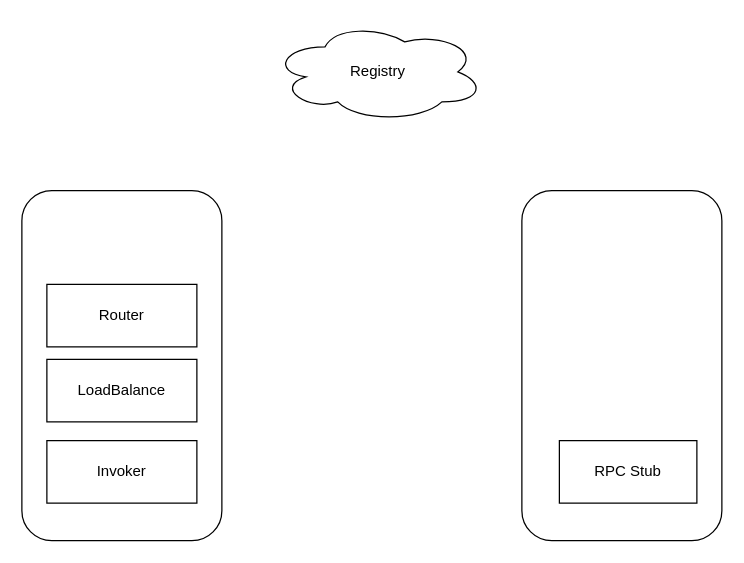
DingDongZz/typera_PicGO keeps this draw.io diagram as DrawIO_file/毕业论文画图/RPC原理图.drawio. Above is the earlier version. Source tidied: cells renumbered, new cells numbered last; positions are measured from the earlier drawing's top-left corner, leaving out a move shared by most shapes. Both pictures are drawn from the tidied source at 125%, with x=0, y=0 at pixel (21, 21).
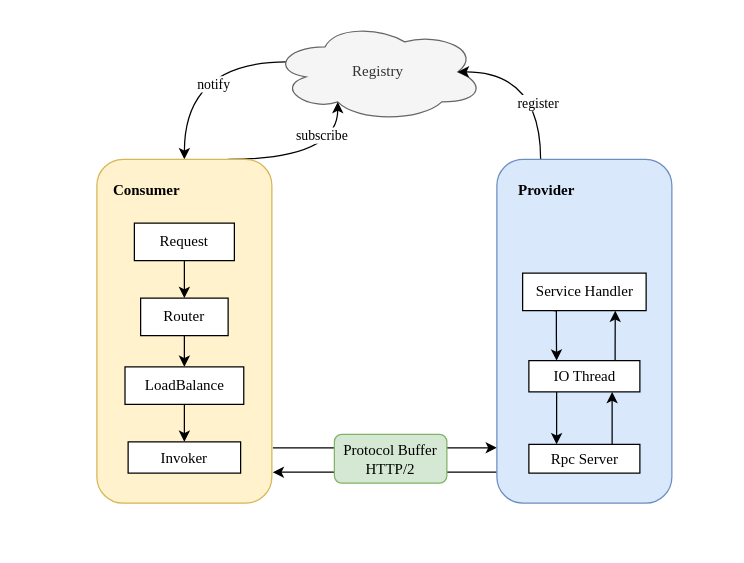
The same page after the edit.

Commit message (it also covers changes not shown here):
更新RPC原理图.drawio

What changed in the source:
```diff
@@
+    <mxCell id="9" style="rounded=0;jettySize=auto;html=1;exitX=0.07;exitY=0.4;exitDx=0;exitDy=0;exitPerimeter=0;entryX=0.5;entryY=0;entryDx=0;entryDy=0;fontFamily=Times New Roman;edgeStyle=orthogonalEdgeStyle;curved=1;" parent="1" edge="1" source="6" target="2">
+      <mxGeometry relative="1" as="geometry">
+        <Array as="points">
+          <mxPoint x="130" y="32" />
+        </Array>
+      </mxGeometry>
+    </mxCell>
+    <mxCell id="10" value="&amp;nbsp;notify" style="edgeLabel;html=1;align=center;verticalAlign=middle;fontFamily=Times New Roman;" parent="9" vertex="1">
+      <mxGeometry x="-0.02" y="2" relative="1" as="geometry">
+        <mxPoint x="18" y="15" as="offset" />
+      </mxGeometry>
+    </mxCell>
+    <mxCell id="6" value="Registry" style="ellipse;shape=cloud;whiteSpace=wrap;html=1;fontFamily=Times New Roman;fillColor=#f5f5f5;strokeColor=#666666;fontColor=#333333;" parent="1" vertex="1">
+      <mxGeometry x="200" width="170" height="80" as="geometry" />
+    </mxCell>
+    <mxCell id="11" style="rounded=0;jettySize=auto;html=1;fontFamily=Times New Roman;entryX=0.31;entryY=0.8;entryDx=0;entryDy=0;entryPerimeter=0;exitX=0.75;exitY=0;exitDx=0;exitDy=0;edgeStyle=orthogonalEdgeStyle;curved=1;" parent="1" edge="1" source="2" target="6">
+      <mxGeometry relative="1" as="geometry">
+        <Array as="points">
+          <mxPoint x="253" y="110" />
+        </Array>
+      </mxGeometry>
+    </mxCell>
+    <mxCell id="12" value="subscribe" style="edgeLabel;html=1;align=center;verticalAlign=middle;fontFamily=Times New Roman;" parent="11" vertex="1">
+      <mxGeometry x="-0.23" y="1" relative="1" as="geometry">
+        <mxPoint x="23" y="-19" as="offset" />
+      </mxGeometry>
+    </mxCell>
+    <mxCell id="13" style="edgeStyle=orthogonalEdgeStyle;rounded=0;jettySize=auto;html=1;exitX=0.25;exitY=0;exitDx=0;exitDy=0;entryX=0.875;entryY=0.5;entryDx=0;entryDy=0;entryPerimeter=0;fontFamily=Times New Roman;curved=1;" parent="1" edge="1" source="3" target="6">
+      <mxGeometry relative="1" as="geometry">
+        <Array as="points">
+          <mxPoint x="415" y="40" />
+        </Array>
+      </mxGeometry>
+    </mxCell>
+    <mxCell id="14" value="register" style="edgeLabel;html=1;align=center;verticalAlign=middle;fontFamily=Times New Roman;" parent="13" vertex="1">
+      <mxGeometry x="-0.03" y="3" relative="1" as="geometry">
+        <mxPoint y="20" as="offset" />
+      </mxGeometry>
+    </mxCell>
+    <mxCell id="15" style="endArrow=classic;html=1;rounded=0;exitX=1.006;exitY=0.839;exitDx=0;exitDy=0;exitPerimeter=0;entryX=0;entryY=0.839;entryDx=0;entryDy=0;entryPerimeter=0;fontFamily=Times New Roman;" parent="1" edge="1" source="2" target="3">
+      <mxGeometry relative="1" as="geometry" />
+    </mxCell>
+    <mxCell id="16" style="endArrow=classic;html=1;rounded=0;exitX=0;exitY=0.91;exitDx=0;exitDy=0;exitPerimeter=0;entryX=1.005;entryY=0.91;entryDx=0;entryDy=0;entryPerimeter=0;fontFamily=Times New Roman;" parent="1" edge="1" source="3" target="2">
+      <mxGeometry relative="1" as="geometry" />
+    </mxCell>
+    <mxCell id="17" style="group;fontStyle=1;fontFamily=Times New Roman;" parent="1" vertex="1">
+      <mxGeometry x="60" y="110" width="140" height="275" as="geometry" />
+    </mxCell>
-    <mxCell id="2" style="rounded=1;whiteSpace=wrap;html=1;" parent="1" vertex="1">
-      <mxGeometry y="135" width="160" height="280" as="geometry" />
+    <mxCell id="2" style="rounded=1;whiteSpace=wrap;html=1;fontFamily=Times New Roman;fillColor=#fff2cc;strokeColor=#d6b656;" parent="17" vertex="1">
+      <mxGeometry width="140" height="275" as="geometry" />
     </mxCell>
-    <mxCell id="3" style="rounded=1;whiteSpace=wrap;html=1;" parent="1" vertex="1">
-      <mxGeometry x="400" y="135" width="160" height="280" as="geometry" />
-    </mxCell>
+    <mxCell id="18" style="edgeStyle=orthogonalEdgeStyle;rounded=0;jettySize=auto;html=1;entryX=0.5;entryY=0;entryDx=0;entryDy=0;fontFamily=Times New Roman;" parent="17" edge="1" source="4" target="7">
+      <mxGeometry relative="1" as="geometry" />
+    </mxCell>
-    <mxCell id="4" value="Router" style="rounded=0;whiteSpace=wrap;html=1;" parent="1" vertex="1">
-      <mxGeometry x="20" y="210" width="120" height="50" as="geometry" />
+    <mxCell id="4" value="Router" style="rounded=0;whiteSpace=wrap;html=1;fontFamily=Times New Roman;" parent="17" vertex="1">
+      <mxGeometry x="35" y="111" width="70" height="30" as="geometry" />
     </mxCell>
-    <mxCell id="5" value="RPC Stub" style="rounded=0;whiteSpace=wrap;html=1;" parent="1" vertex="1">
-      <mxGeometry x="430" y="335" width="110" height="50" as="geometry" />
-    </mxCell>
-    <mxCell id="6" value="Registry" style="ellipse;shape=cloud;whiteSpace=wrap;html=1;" parent="1" vertex="1">
-      <mxGeometry x="200" width="170" height="80" as="geometry" />
-    </mxCell>
+    <mxCell id="19" style="edgeStyle=orthogonalEdgeStyle;rounded=0;jettySize=auto;html=1;entryX=0.5;entryY=0;entryDx=0;entryDy=0;fontFamily=Times New Roman;" parent="17" edge="1" source="7" target="8">
+      <mxGeometry relative="1" as="geometry" />
+    </mxCell>
-    <mxCell id="7" value="LoadBalance" style="rounded=0;whiteSpace=wrap;html=1;" parent="1" vertex="1">
-      <mxGeometry x="20" y="270" width="120" height="50" as="geometry" />
+    <mxCell id="7" value="LoadBalance" style="rounded=0;whiteSpace=wrap;html=1;fontFamily=Times New Roman;" parent="17" vertex="1">
+      <mxGeometry x="22.5" y="166" width="95" height="30" as="geometry" />
     </mxCell>
-    <mxCell id="8" value="Invoker" style="rounded=0;whiteSpace=wrap;html=1;" parent="1" vertex="1">
-      <mxGeometry x="20" y="335" width="120" height="50" as="geometry" />
+    <mxCell id="8" value="Invoker" style="rounded=0;whiteSpace=wrap;html=1;fontFamily=Times New Roman;" parent="17" vertex="1">
+      <mxGeometry x="25" y="226" width="90" height="25" as="geometry" />
     </mxCell>
+    <mxCell id="20" style="edgeStyle=orthogonalEdgeStyle;rounded=0;jettySize=auto;html=1;entryX=0.5;entryY=0;entryDx=0;entryDy=0;fontFamily=Times New Roman;" parent="17" edge="1" source="21" target="4">
+      <mxGeometry relative="1" as="geometry" />
+    </mxCell>
+    <mxCell id="21" value="Request" style="rounded=0;whiteSpace=wrap;html=1;fontFamily=Times New Roman;" parent="17" vertex="1">
+      <mxGeometry x="30" y="51" width="80" height="30" as="geometry" />
+    </mxCell>
+    <mxCell id="22" value="&lt;b&gt;Consumer&lt;/b&gt;" style="text;html=1;align=center;verticalAlign=middle;whiteSpace=wrap;rounded=0;fontFamily=Times New Roman;" parent="17" vertex="1">
+      <mxGeometry x="10" y="10" width="60" height="30" as="geometry" />
+    </mxCell>
+    <mxCell id="23" style="group;fontFamily=Times New Roman;" parent="1" vertex="1">
+      <mxGeometry x="380" y="110" width="140" height="275" as="geometry" />
+    </mxCell>
+    <mxCell id="3" style="rounded=1;whiteSpace=wrap;html=1;fontFamily=Times New Roman;fillColor=#dae8fc;strokeColor=#6c8ebf;" parent="23" vertex="1">
+      <mxGeometry width="140" height="275" as="geometry" />
+    </mxCell>
+    <mxCell id="24" style="edgeStyle=orthogonalEdgeStyle;rounded=0;jettySize=auto;html=1;entryX=0.75;entryY=1;entryDx=0;entryDy=0;fontFamily=Times New Roman;" parent="23" edge="1" source="5" target="29">
+      <mxGeometry relative="1" as="geometry">
+        <Array as="points">
+          <mxPoint x="92.6" y="208" />
+        </Array>
+      </mxGeometry>
+    </mxCell>
+    <mxCell id="25" style="edgeStyle=orthogonalEdgeStyle;rounded=0;jettySize=auto;html=1;exitX=0.25;exitY=1;exitDx=0;exitDy=0;fontFamily=Times New Roman;" parent="23" edge="1" source="29" target="5">
+      <mxGeometry relative="1" as="geometry">
+        <Array as="points">
+          <mxPoint x="47.6" y="207" />
+          <mxPoint x="47.6" y="207" />
+        </Array>
+      </mxGeometry>
+    </mxCell>
+    <mxCell id="5" value="Rpc Server" style="rounded=0;whiteSpace=wrap;html=1;fontFamily=Times New Roman;" parent="23" vertex="1">
+      <mxGeometry x="25.6" y="228" width="88.8" height="23" as="geometry" />
+    </mxCell>
+    <mxCell id="26" value="Service Handler" style="rounded=0;whiteSpace=wrap;html=1;fontFamily=Times New Roman;" parent="23" vertex="1">
+      <mxGeometry x="20.6" y="91" width="98.8" height="30" as="geometry" />
+    </mxCell>
+    <mxCell id="27" style="edgeStyle=orthogonalEdgeStyle;rounded=0;jettySize=auto;html=1;entryX=0.75;entryY=1;entryDx=0;entryDy=0;fontFamily=Times New Roman;" parent="23" edge="1" source="29" target="26">
+      <mxGeometry relative="1" as="geometry">
+        <Array as="points">
+          <mxPoint x="94.6" y="151" />
+          <mxPoint x="94.6" y="151" />
+        </Array>
+      </mxGeometry>
+    </mxCell>
+    <mxCell id="28" style="edgeStyle=orthogonalEdgeStyle;rounded=0;jettySize=auto;html=1;exitX=0.25;exitY=1;exitDx=0;exitDy=0;entryX=0.25;entryY=0;entryDx=0;entryDy=0;fontFamily=Times New Roman;" parent="23" edge="1" source="26" target="29">
+      <mxGeometry relative="1" as="geometry">
+        <Array as="points">
+          <mxPoint x="47.6" y="121" />
+          <mxPoint x="47.6" y="141" />
+        </Array>
+      </mxGeometry>
+    </mxCell>
+    <mxCell id="29" value="IO Thread" style="rounded=0;whiteSpace=wrap;html=1;fontFamily=Times New Roman;" parent="23" vertex="1">
+      <mxGeometry x="25.6" y="161" width="88.8" height="25" as="geometry" />
+    </mxCell>
+    <mxCell id="30" value="Provider" style="text;html=1;align=center;verticalAlign=middle;whiteSpace=wrap;rounded=0;fontStyle=1;fontFamily=Times New Roman;" parent="23" vertex="1">
+      <mxGeometry x="10" y="10" width="60" height="30" as="geometry" />
+    </mxCell>
+    <mxCell id="31" value="Protocol Buffer&lt;div&gt;HTTP/2&lt;/div&gt;" style="rounded=1;whiteSpace=wrap;html=1;fontFamily=Times New Roman;fillColor=#d5e8d4;strokeColor=#82b366;" parent="1" vertex="1">
+      <mxGeometry x="250" y="330" width="90" height="39" as="geometry" />
+    </mxCell>
```
